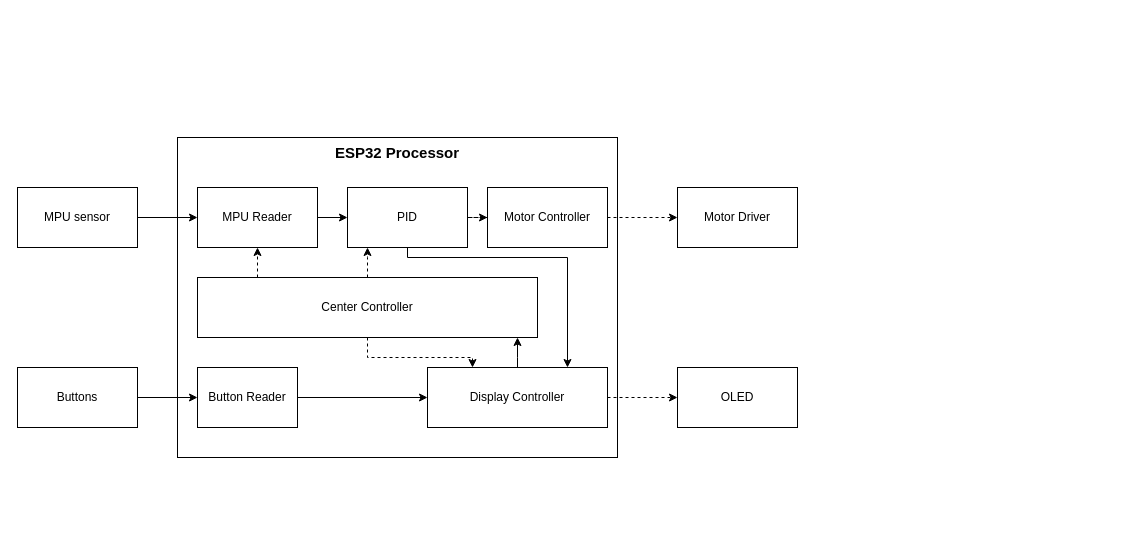
Above: page "Sumary block" (1 of 3) of diagrams/SBR_blockDiagram.drawio in Vinh1222001/Self_balancing_Robot (draw.io), before the change. Source tidied: cells renumbered, new cells numbered last; positions are measured from the earlier drawing's top-left corner, leaving out a move shared by most shapes. Both pictures are drawn from the tidied source at 100%, with x=0, y=0 at pixel (17, 137).
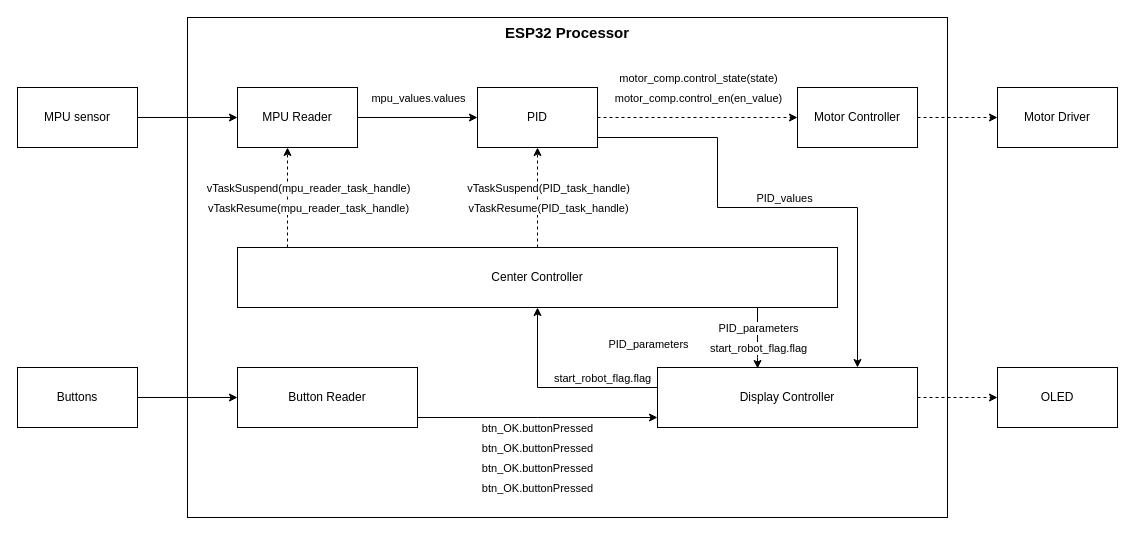
After the change.

The change refers to these unchanged cells:
```xml
<mxCell id="19" style="edgeStyle=orthogonalEdgeStyle;rounded=0;jettySize=auto;html=1;" parent="1" edge="1" source="20" target="7">
  <mxGeometry relative="1" as="geometry" />
</mxCell>
<mxCell id="23" style="edgeStyle=orthogonalEdgeStyle;rounded=0;jettySize=auto;html=1;entryX=0;entryY=0.5;entryDx=0;entryDy=0;dashed=1;" parent="1" edge="1" source="7" target="24">
  <mxGeometry relative="1" as="geometry" />
</mxCell>
```

What changed in the source:
```diff
@@
     <mxCell id="2" value="&lt;font style=&quot;font-size: 15px;&quot;&gt;&lt;b&gt;ESP32 Processor&lt;/b&gt;&lt;/font&gt;" style="rounded=0;whiteSpace=wrap;html=1;verticalAlign=top;" parent="1" vertex="1">
-      <mxGeometry x="160" width="440" height="320" as="geometry" />
+      <mxGeometry x="170" y="-120" width="760" height="500" as="geometry" />
     </mxCell>
@@
     <mxCell id="4" value="MPU sensor" style="rounded=0;whiteSpace=wrap;html=1;" parent="1" vertex="1">
-      <mxGeometry y="50" width="120" height="60" as="geometry" />
+      <mxGeometry y="-50" width="120" height="60" as="geometry" />
     </mxCell>
@@
     <mxCell id="6" style="edgeStyle=orthogonalEdgeStyle;rounded=0;jettySize=auto;html=1;" parent="1" edge="1" source="7" target="14">
       <mxGeometry relative="1" as="geometry">
         <Array as="points">
-          <mxPoint x="390" y="120" />
-          <mxPoint x="550" y="120" />
+          <mxPoint x="700" />
+          <mxPoint x="700" y="70" />
+          <mxPoint x="840" y="70" />
         </Array>
       </mxGeometry>
     </mxCell>
+    <mxCell id="25" value="PID_values" style="edgeLabel;html=1;align=center;verticalAlign=middle;" parent="6" vertex="1">
+      <mxGeometry x="0.15" y="-1" relative="1" as="geometry">
+        <mxPoint x="-26" y="-11" as="offset" />
+      </mxGeometry>
+    </mxCell>
     <mxCell id="7" value="PID" style="rounded=0;whiteSpace=wrap;html=1;" parent="1" vertex="1">
-      <mxGeometry x="330" y="50" width="120" height="60" as="geometry" />
+      <mxGeometry x="460" y="-50" width="120" height="60" as="geometry" />
     </mxCell>
     <mxCell id="8" value="Motor Driver" style="rounded=0;whiteSpace=wrap;html=1;" parent="1" vertex="1">
-      <mxGeometry x="660" y="50" width="120" height="60" as="geometry" />
+      <mxGeometry x="980" y="-50" width="120" height="60" as="geometry" />
     </mxCell>
@@
     <mxCell id="11" value="OLED" style="rounded=0;whiteSpace=wrap;html=1;" parent="1" vertex="1">
-      <mxGeometry x="660" y="230" width="120" height="60" as="geometry" />
+      <mxGeometry x="980" y="230" width="120" height="60" as="geometry" />
     </mxCell>
@@
     <mxCell id="13" style="edgeStyle=orthogonalEdgeStyle;rounded=0;jettySize=auto;html=1;" parent="1" edge="1" source="14" target="18">
       <mxGeometry relative="1" as="geometry">
         <Array as="points">
-          <mxPoint x="500" y="220" />
-          <mxPoint x="500" y="220" />
+          <mxPoint x="520" y="250" />
         </Array>
       </mxGeometry>
     </mxCell>
+    <mxCell id="26" value="PID_parameters" style="edgeLabel;html=1;align=center;verticalAlign=middle;" parent="13" vertex="1">
+      <mxGeometry x="0.42" y="-2" relative="1" as="geometry">
+        <mxPoint x="108" y="-22" as="offset" />
+      </mxGeometry>
+    </mxCell>
+    <mxCell id="27" value="start_robot_flag.flag" style="edgeLabel;html=1;align=center;verticalAlign=middle;" parent="13" vertex="1">
+      <mxGeometry x="-0.83" relative="1" as="geometry">
+        <mxPoint x="-39" y="-10" as="offset" />
+      </mxGeometry>
+    </mxCell>
     <mxCell id="14" value="Display Controller" style="rounded=0;whiteSpace=wrap;html=1;" parent="1" vertex="1">
-      <mxGeometry x="410" y="230" width="180" height="60" as="geometry" />
+      <mxGeometry x="640" y="230" width="260" height="60" as="geometry" />
     </mxCell>
     <mxCell id="15" style="edgeStyle=orthogonalEdgeStyle;rounded=0;jettySize=auto;html=1;dashed=1;" parent="1" edge="1" source="18" target="7">
       <mxGeometry relative="1" as="geometry">
         <Array as="points">
-          <mxPoint x="350" y="120" />
-          <mxPoint x="350" y="120" />
+          <mxPoint x="520" y="60" />
+          <mxPoint x="520" y="60" />
         </Array>
       </mxGeometry>
     </mxCell>
     <mxCell id="16" style="edgeStyle=orthogonalEdgeStyle;rounded=0;jettySize=auto;html=1;dashed=1;" parent="1" edge="1" source="18" target="20">
       <mxGeometry relative="1" as="geometry">
         <Array as="points">
-          <mxPoint x="240" y="130" />
-          <mxPoint x="240" y="130" />
+          <mxPoint x="270" y="60" />
+          <mxPoint x="270" y="60" />
         </Array>
       </mxGeometry>
     </mxCell>
+    <mxCell id="28" value="vTaskSuspend(mpu_reader_task_handle)" style="edgeLabel;html=1;align=center;verticalAlign=middle;" parent="16" vertex="1">
+      <mxGeometry x="0.16" relative="1" as="geometry">
+        <mxPoint x="20" y="-2" as="offset" />
+      </mxGeometry>
+    </mxCell>
+    <mxCell id="29" value="vTaskResume(mpu_reader_task_handle)" style="edgeLabel;html=1;align=center;verticalAlign=middle;" parent="16" vertex="1">
+      <mxGeometry x="0.16" relative="1" as="geometry">
+        <mxPoint x="20" y="18" as="offset" />
+      </mxGeometry>
+    </mxCell>
+    <mxCell id="30" value="vTaskResume(PID_task_handle)" style="edgeLabel;html=1;align=center;verticalAlign=middle;" parent="16" vertex="1">
+      <mxGeometry x="0.16" relative="1" as="geometry">
+        <mxPoint x="260" y="18" as="offset" />
+      </mxGeometry>
+    </mxCell>
+    <mxCell id="31" value="vTaskSuspend(PID_task_handle)" style="edgeLabel;html=1;align=center;verticalAlign=middle;" parent="16" vertex="1">
+      <mxGeometry x="0.16" relative="1" as="geometry">
+        <mxPoint x="260" y="-2" as="offset" />
+      </mxGeometry>
+    </mxCell>
-    <mxCell id="17" style="edgeStyle=orthogonalEdgeStyle;rounded=0;jettySize=auto;html=1;entryX=0.25;entryY=0;entryDx=0;entryDy=0;dashed=1;" parent="1" edge="1" source="18" target="14">
-      <mxGeometry relative="1" as="geometry" />
+    <mxCell id="17" style="edgeStyle=orthogonalEdgeStyle;rounded=0;jettySize=auto;html=1;entryX=0.385;entryY=0.017;entryDx=0;entryDy=0;entryPerimeter=0;" parent="1" edge="1" source="18" target="14">
+      <mxGeometry relative="1" as="geometry">
+        <Array as="points">
+          <mxPoint x="740" y="220" />
+          <mxPoint x="740" y="220" />
+        </Array>
+      </mxGeometry>
     </mxCell>
+    <mxCell id="32" value="PID_parameters" style="edgeLabel;html=1;align=center;verticalAlign=middle;" parent="17" vertex="1">
+      <mxGeometry x="-0.17" y="2" relative="1" as="geometry">
+        <mxPoint x="-2" y="-5" as="offset" />
+      </mxGeometry>
+    </mxCell>
+    <mxCell id="33" value="start_robot_flag.flag" style="edgeLabel;html=1;align=center;verticalAlign=middle;" parent="17" vertex="1">
+      <mxGeometry x="-0.34" y="3" relative="1" as="geometry">
+        <mxPoint x="-3" y="20" as="offset" />
+      </mxGeometry>
+    </mxCell>
     <mxCell id="18" value="Center Controller" style="rounded=0;whiteSpace=wrap;html=1;" parent="1" vertex="1">
-      <mxGeometry x="180" y="140" width="340" height="60" as="geometry" />
+      <mxGeometry x="220" y="110" width="600" height="60" as="geometry" />
     </mxCell>
@@
+    <mxCell id="34" value="mpu_values.values" style="edgeLabel;html=1;align=center;verticalAlign=middle;" parent="19" vertex="1">
+      <mxGeometry x="0.35" y="1" relative="1" as="geometry">
+        <mxPoint x="-21" y="-19" as="offset" />
+      </mxGeometry>
+    </mxCell>
     <mxCell id="20" value="MPU Reader" style="rounded=0;whiteSpace=wrap;html=1;" parent="1" vertex="1">
-      <mxGeometry x="180" y="50" width="120" height="60" as="geometry" />
+      <mxGeometry x="220" y="-50" width="120" height="60" as="geometry" />
     </mxCell>
     <mxCell id="21" style="edgeStyle=orthogonalEdgeStyle;rounded=0;jettySize=auto;html=1;" parent="1" edge="1" source="22" target="14">
-      <mxGeometry relative="1" as="geometry" />
+      <mxGeometry relative="1" as="geometry">
+        <Array as="points">
+          <mxPoint x="520" y="280" />
+          <mxPoint x="520" y="280" />
+        </Array>
+      </mxGeometry>
     </mxCell>
+    <mxCell id="35" value="btn_OK.buttonPressed" style="edgeLabel;html=1;align=center;verticalAlign=middle;" parent="21" vertex="1">
+      <mxGeometry x="-0.28" y="1" relative="1" as="geometry">
+        <mxPoint x="33" y="11" as="offset" />
+      </mxGeometry>
+    </mxCell>
+    <mxCell id="36" value="btn_OK.buttonPressed" style="edgeLabel;html=1;align=center;verticalAlign=middle;" parent="21" vertex="1">
+      <mxGeometry x="-0.28" y="1" relative="1" as="geometry">
+        <mxPoint x="33" y="31" as="offset" />
+      </mxGeometry>
+    </mxCell>
+    <mxCell id="37" value="btn_OK.buttonPressed" style="edgeLabel;html=1;align=center;verticalAlign=middle;" parent="21" vertex="1">
+      <mxGeometry x="-0.28" y="1" relative="1" as="geometry">
+        <mxPoint x="33" y="51" as="offset" />
+      </mxGeometry>
+    </mxCell>
+    <mxCell id="38" value="btn_OK.buttonPressed" style="edgeLabel;html=1;align=center;verticalAlign=middle;" parent="21" vertex="1">
+      <mxGeometry x="-0.28" y="1" relative="1" as="geometry">
+        <mxPoint x="33" y="71" as="offset" />
+      </mxGeometry>
+    </mxCell>
     <mxCell id="22" value="Button Reader" style="rounded=0;whiteSpace=wrap;html=1;" parent="1" vertex="1">
-      <mxGeometry x="180" y="230" width="100" height="60" as="geometry" />
+      <mxGeometry x="220" y="230" width="180" height="60" as="geometry" />
     </mxCell>
@@
+    <mxCell id="39" value="motor_comp.control_state(state)" style="edgeLabel;html=1;align=center;verticalAlign=middle;" parent="23" vertex="1">
+      <mxGeometry x="0.01" y="-1" relative="1" as="geometry">
+        <mxPoint x="-1" y="-41" as="offset" />
+      </mxGeometry>
+    </mxCell>
+    <mxCell id="40" value="motor_comp.control_en(en_value)" style="edgeLabel;html=1;align=center;verticalAlign=middle;" parent="23" vertex="1">
+      <mxGeometry x="0.26" relative="1" as="geometry">
+        <mxPoint x="-26" y="-20" as="offset" />
+      </mxGeometry>
+    </mxCell>
     <mxCell id="24" value="Motor Controller" style="rounded=0;whiteSpace=wrap;html=1;" parent="1" vertex="1">
-      <mxGeometry x="470" y="50" width="120" height="60" as="geometry" />
+      <mxGeometry x="780" y="-50" width="120" height="60" as="geometry" />
     </mxCell>
```
